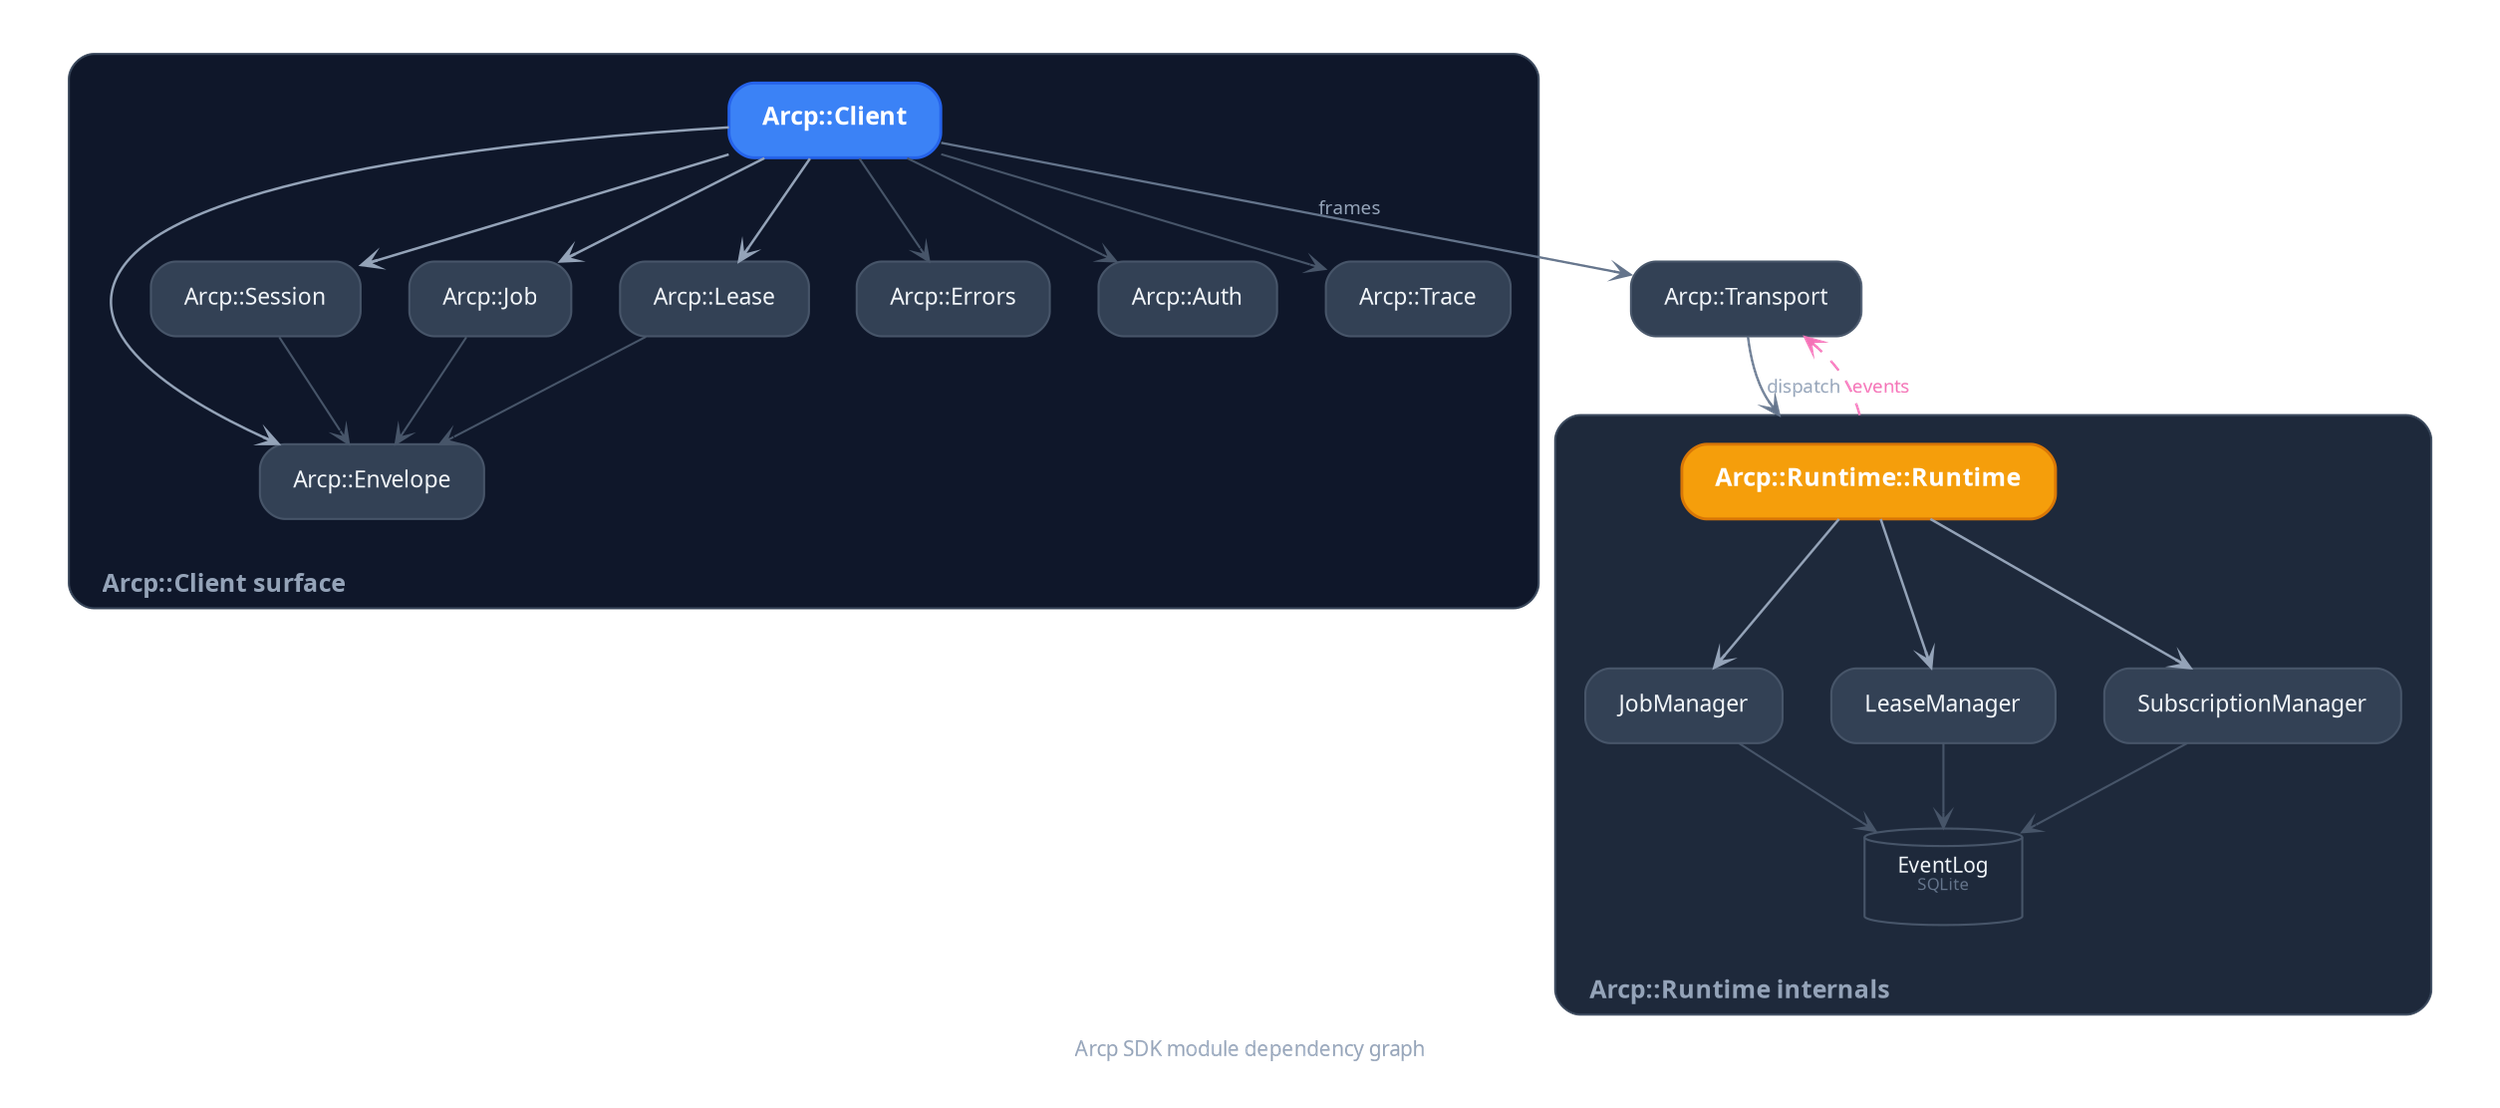
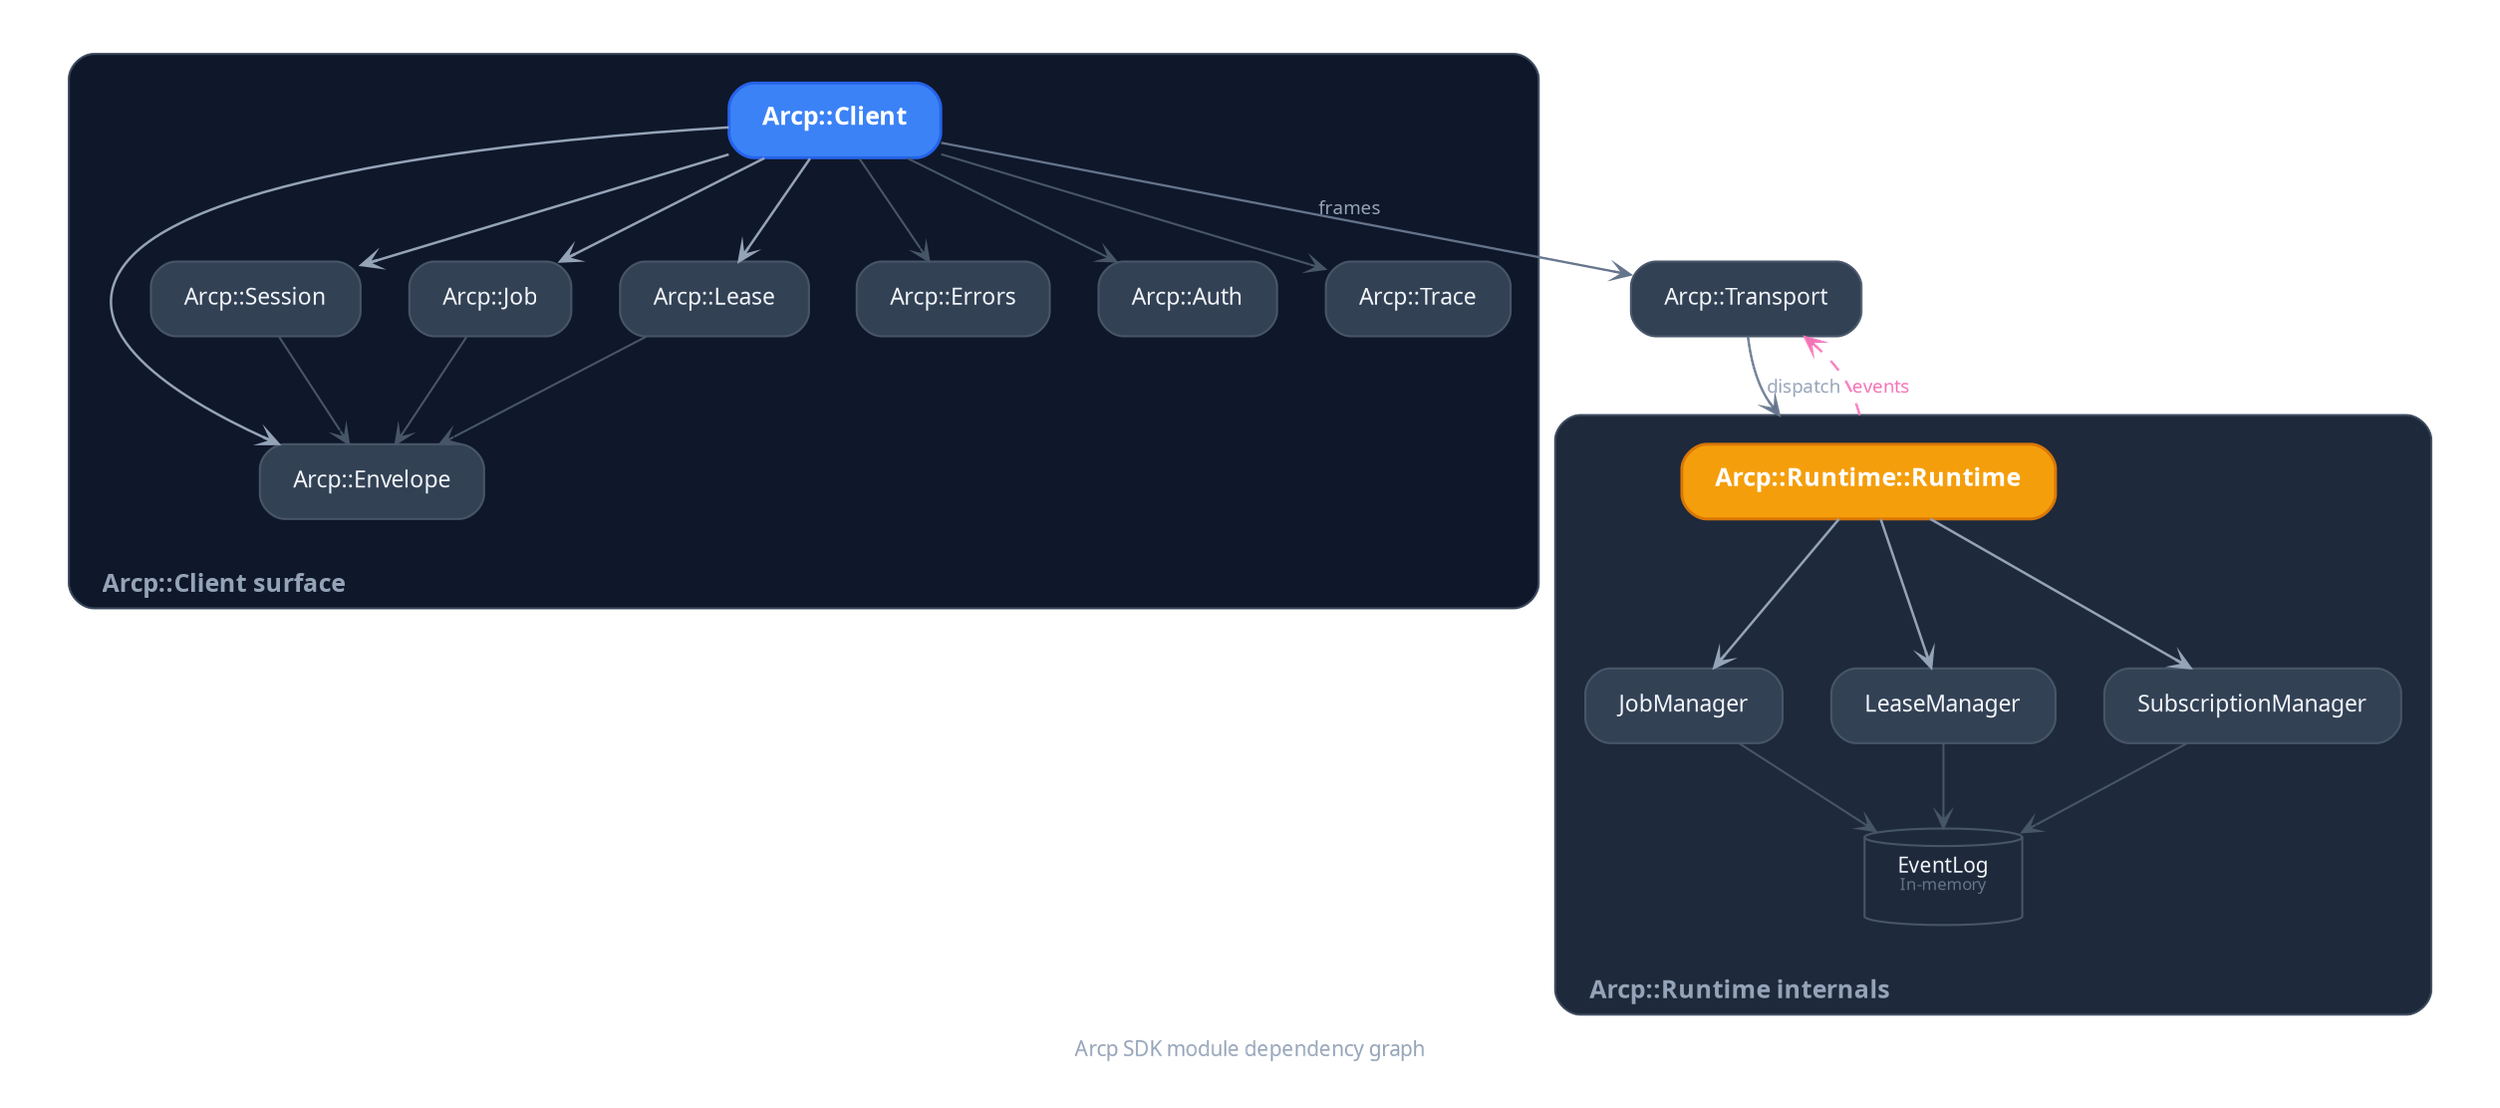
// ============================================================================
//  Arcp Ruby SDK — Module dependency graph (DARK variant)
// ============================================================================

digraph ArcpModuleDeps {
  rankdir=TB;
  bgcolor="transparent";
  compound=true;
  fontname="TT Commons Pro Trial";
  splines=spline;
  nodesep=0.32;
  ranksep=0.55;
  pad="0.35,0.25";
  labelloc=b;
  label=<<FONT POINT-SIZE="10" COLOR="#94A3B8">Arcp SDK module dependency graph</FONT>>;

  node [
    shape=box,
    style="rounded,filled",
    fillcolor="#334155",
    color="#475569",
    fontname="TT Commons Pro Trial",
    fontsize=11,
    fontcolor="#F1F5F9",
    margin="0.22,0.11",
    penwidth=1.0
  ];

  edge [
    fontname="TT Commons Pro Trial",
    fontsize=9,
    fontcolor="#94A3B8",
    color="#64748B",
    penwidth=1.1,
    arrowsize=0.75,
    arrowhead=vee
  ];

  subgraph cluster_client {
    label=<<TABLE BORDER="0" CELLBORDER="0" CELLPADDING="0" CELLSPACING="0"><TR><TD COLSPAN="3" HEIGHT="8"></TD></TR><TR><TD WIDTH="8"></TD><TD><FONT POINT-SIZE="12"><B>Arcp::Client surface</B></FONT></TD><TD WIDTH="8"></TD></TR></TABLE>>;
    style="rounded,filled";
    fillcolor="#0F172A";
    color="#334155";
    fontname="TT Commons Pro Trial";
    fontcolor="#94A3B8";
    margin=14;
    labeljust=l;
    penwidth=1.0;

    Client [
      label=<<FONT POINT-SIZE="12"><B>Arcp::Client</B></FONT>>,
      fillcolor="#3B82F6", color="#2563EB",
      fontcolor="white", penwidth=1.4
    ];

    Envelope [label="Arcp::Envelope"];
    Session  [label="Arcp::Session"];
    Job      [label="Arcp::Job"];
    Lease    [label="Arcp::Lease"];
    Errors   [label="Arcp::Errors"];
    Auth     [label="Arcp::Auth"];
    Trace    [label="Arcp::Trace"];
  }

  Transport [label="Arcp::Transport"];

  subgraph cluster_runtime {
    label=<<TABLE BORDER="0" CELLBORDER="0" CELLPADDING="0" CELLSPACING="0"><TR><TD COLSPAN="3" HEIGHT="8"></TD></TR><TR><TD WIDTH="8"></TD><TD><FONT POINT-SIZE="12"><B>Arcp::Runtime internals</B></FONT></TD><TD WIDTH="8"></TD></TR></TABLE>>;
    style="rounded,filled";
    fillcolor="#1E293B";
    color="#334155";
    fontname="TT Commons Pro Trial";
    fontcolor="#94A3B8";
    margin=14;
    labeljust=l;
    penwidth=1.0;

    Runtime [
      label=<<FONT POINT-SIZE="12"><B>Arcp::Runtime::Runtime</B></FONT>>,
      fillcolor="#F59E0B", color="#D97706",
      fontcolor="white", penwidth=1.4
    ];

    JobMgr  [label="JobManager"];
    LeaseMgr [label="LeaseManager"];
    SubMgr  [label="SubscriptionManager"];

    EventLog [
-       label=<<FONT POINT-SIZE="10">EventLog</FONT><BR/><FONT POINT-SIZE="8" COLOR="#64748B">SQLite</FONT>>,
+       label=<<FONT POINT-SIZE="10">EventLog</FONT><BR/><FONT POINT-SIZE="8" COLOR="#64748B">In-memory</FONT>>,
      shape=cylinder, fillcolor="#1E293B"
    ];
  }

  Client -> Transport [label="frames"];
  Transport -> Runtime [lhead=cluster_runtime, label="dispatch"];

  edge [color="#94A3B8", penwidth=1.2];
  Client -> Envelope;
  Client -> Session;
  Client -> Job;
  Client -> Lease;

  Runtime -> JobMgr;
  Runtime -> LeaseMgr;
  Runtime -> SubMgr;

  edge [color="#475569", penwidth=1.0];
  Client -> Errors;
  Client -> Auth;
  Client -> Trace;
  Session -> Envelope;
  Job -> Envelope;
  Lease -> Envelope;

  JobMgr -> EventLog;
  LeaseMgr -> EventLog;
  SubMgr -> EventLog;

  Runtime -> Transport [
    style=dashed, color="#F472B6", penwidth=1.1,
    constraint=false,
    label=<<FONT COLOR="#F472B6">events</FONT>>, fontsize=9,
    ltail=cluster_runtime
  ];
}
